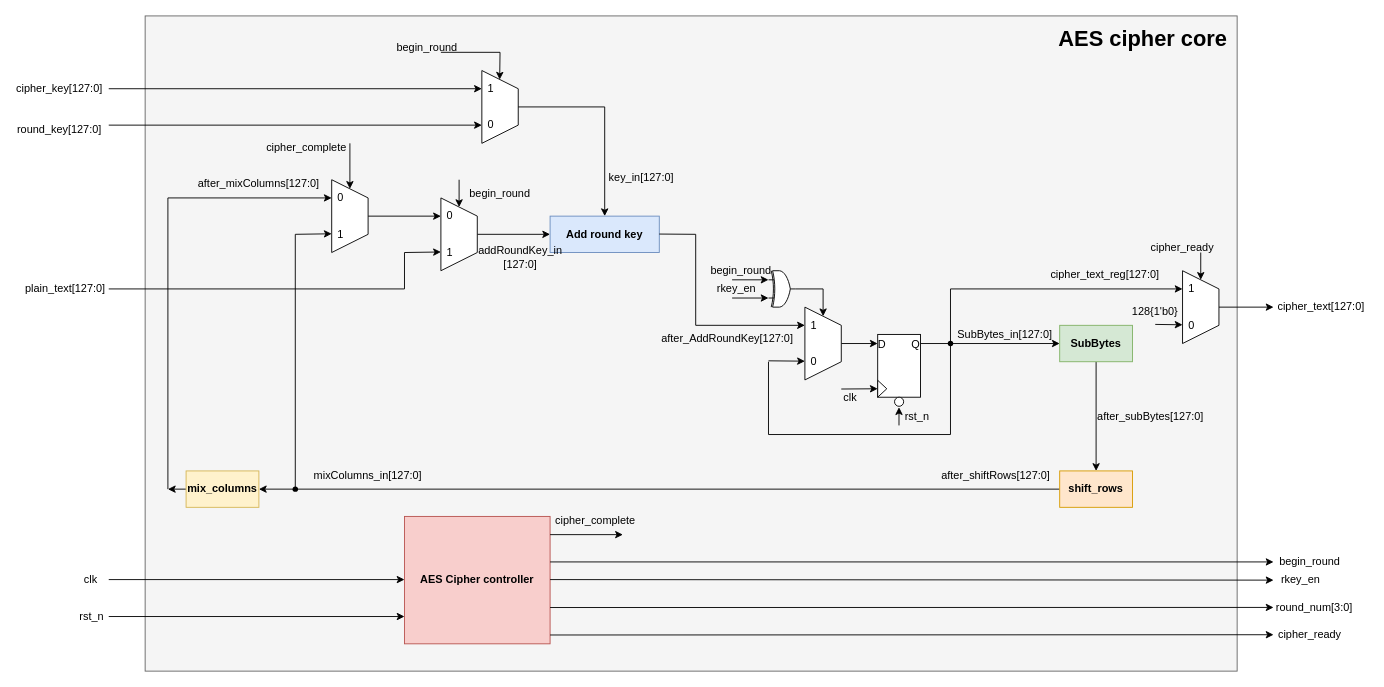
Earlier version of the draw.io diagram page "AES cipher core" (6 of 26) of AES128 Diagram.drawio (106210049/AES-128). Source tidied: cells renumbered, new cells numbered last; positions are measured from the earlier drawing's top-left corner, leaving out a move shared by most shapes. Both pictures are drawn from the tidied source at 91%, with x=0, y=0 at pixel (17, 15).
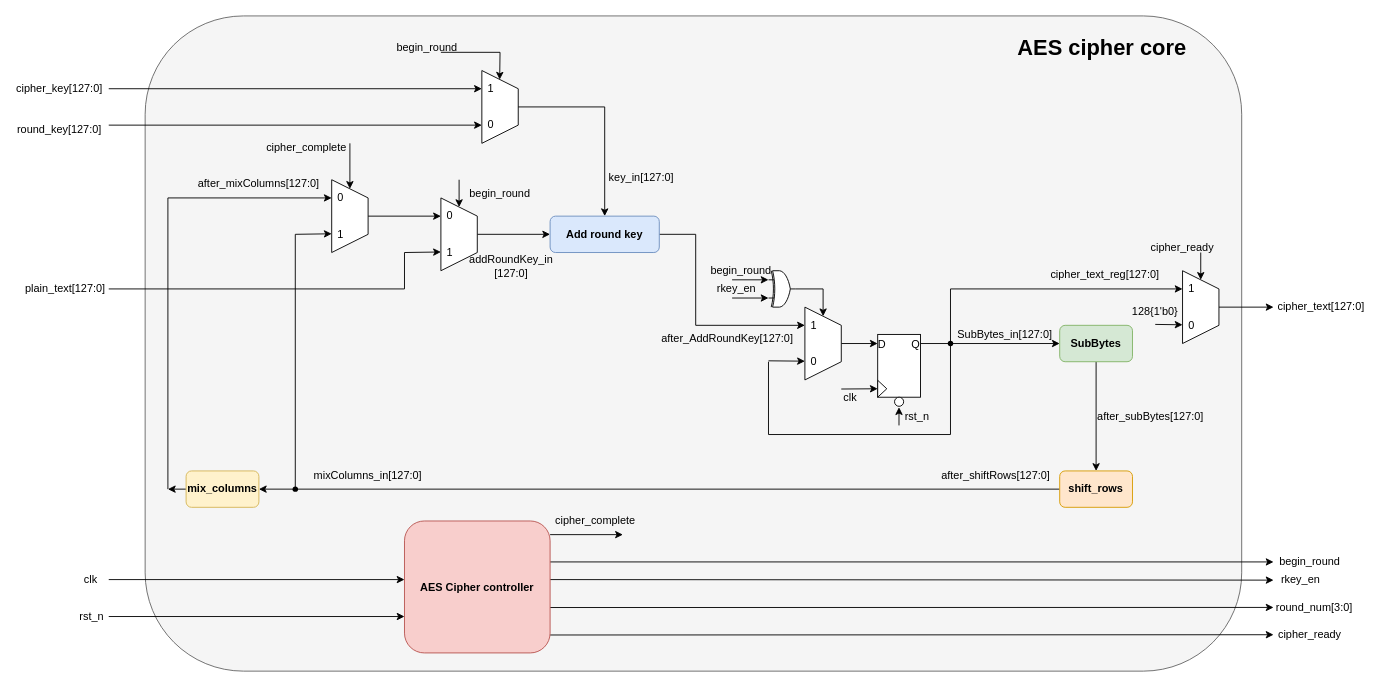
Above is the later version.

The change refers to these unchanged cells:
```xml
<mxCell id="16" style="group;" parent="1" vertex="1">
  <mxGeometry x="385" y="180" width="160" height="100" as="geometry" />
</mxCell>
```

The edit, as a diff of the source:
```diff
@@
-    <mxCell id="2" style="rounded=0;whiteSpace=wrap;html=1;fillColor=#f5f5f5;fontColor=#333333;strokeColor=#666666;" parent="1" vertex="1">
-      <mxGeometry x="140" width="1200" height="720" as="geometry" />
-    </mxCell>
-    <mxCell id="3" value="Add round key" style="rounded=0;whiteSpace=wrap;html=1;fillColor=#dae8fc;fontStyle=1;strokeColor=#6c8ebf;" parent="1" vertex="1">
-      <mxGeometry x="585" y="220" width="120" height="40" as="geometry" />
-    </mxCell>
+    <mxCell id="119" style="rounded=1;whiteSpace=wrap;html=1;fillColor=#f5f5f5;fontColor=#333333;strokeColor=#666666;" parent="1" vertex="1">
+      <mxGeometry x="140" width="1205" height="720" as="geometry" />
+    </mxCell>
@@
-    <mxCell id="5" style="endArrow=classic;html=1;rounded=0;entryX=0.5;entryY=0;entryDx=0;entryDy=0;" parent="1" edge="1" target="3">
+    <mxCell id="5" style="endArrow=classic;html=1;rounded=0;entryX=0.5;entryY=0;entryDx=0;entryDy=0;" parent="1" edge="1">
       <mxGeometry relative="1" as="geometry">
         <mxPoint x="645" y="100" as="sourcePoint" />
+        <mxPoint x="645" y="220" as="targetPoint" />
       </mxGeometry>
     </mxCell>
@@
-    <mxCell id="17" style="endArrow=classic;html=1;rounded=0;entryX=0;entryY=0.5;entryDx=0;entryDy=0;" parent="16" edge="1" target="3">
+    <mxCell id="17" style="endArrow=classic;html=1;rounded=0;entryX=0;entryY=0.5;entryDx=0;entryDy=0;" parent="16" edge="1">
       <mxGeometry relative="1" as="geometry">
         <mxPoint x="120" y="60" as="sourcePoint" />
+        <mxPoint x="200" y="60" as="targetPoint" />
       </mxGeometry>
     </mxCell>
@@
-    <mxCell id="25" style="endArrow=none;html=1;rounded=0;" parent="1" edge="1">
+    <mxCell id="25" style="endArrow=none;html=1;rounded=0;exitX=1;exitY=0.5;exitDx=0;exitDy=0;" parent="1" edge="1" source="3">
       <mxGeometry relative="1" as="geometry">
-        <mxPoint x="705" y="239.7" as="sourcePoint" />
         <mxPoint x="745" y="240" as="targetPoint" />
       </mxGeometry>
     </mxCell>
@@
-    <mxCell id="41" style="endArrow=classic;html=1;rounded=0;entryX=0;entryY=0.5;entryDx=0;entryDy=0;" parent="1" edge="1" target="57">
+    <mxCell id="41" style="endArrow=classic;html=1;rounded=0;entryX=0;entryY=0.5;entryDx=0;entryDy=0;" parent="1" edge="1">
       <mxGeometry relative="1" as="geometry">
         <mxPoint x="992" y="360" as="sourcePoint" />
+        <mxPoint x="1145" y="360" as="targetPoint" />
       </mxGeometry>
     </mxCell>
@@
-    <mxCell id="56" style="edgeStyle=orthogonalEdgeStyle;rounded=0;jettySize=auto;html=1;exitX=0.5;exitY=1;exitDx=0;exitDy=0;entryX=0.5;entryY=0;entryDx=0;entryDy=0;" parent="1" edge="1" source="57" target="59">
-      <mxGeometry relative="1" as="geometry" />
+    <mxCell id="56" style="edgeStyle=orthogonalEdgeStyle;rounded=0;orthogonalLoop=1;jettySize=auto;html=1;exitX=0.5;exitY=1;exitDx=0;exitDy=0;entryX=0.5;entryY=0;entryDx=0;entryDy=0;" parent="1" edge="1">
+      <mxGeometry relative="1" as="geometry">
+        <mxPoint x="1185" y="380" as="sourcePoint" />
+        <mxPoint x="1185" y="500" as="targetPoint" />
+      </mxGeometry>
     </mxCell>
-    <mxCell id="57" value="SubBytes" style="rounded=0;whiteSpace=wrap;html=1;fillColor=#d5e8d4;fontStyle=1;strokeColor=#82b366;" parent="1" vertex="1">
-      <mxGeometry x="1145" y="340" width="80" height="40" as="geometry" />
-    </mxCell>
-    <mxCell id="58" style="edgeStyle=orthogonalEdgeStyle;rounded=0;jettySize=auto;html=1;" parent="1" edge="1" source="59" target="63">
-      <mxGeometry relative="1" as="geometry" />
+    <mxCell id="58" style="edgeStyle=orthogonalEdgeStyle;rounded=0;orthogonalLoop=1;jettySize=auto;html=1;" parent="1" edge="1">
+      <mxGeometry relative="1" as="geometry">
+        <mxPoint x="1145" y="520" as="sourcePoint" />
+        <mxPoint x="265" y="520" as="targetPoint" />
+      </mxGeometry>
     </mxCell>
-    <mxCell id="59" value="shift_rows" style="rounded=0;whiteSpace=wrap;html=1;fillColor=#ffe6cc;fontStyle=1;strokeColor=#d79b00;" parent="1" vertex="1">
-      <mxGeometry x="1145" y="500" width="80" height="40" as="geometry" />
-    </mxCell>
@@
-    <mxCell id="62" style="edgeStyle=orthogonalEdgeStyle;rounded=0;jettySize=auto;html=1;" parent="1" edge="1" source="63">
+    <mxCell id="62" style="edgeStyle=orthogonalEdgeStyle;rounded=0;orthogonalLoop=1;jettySize=auto;html=1;" parent="1" edge="1">
       <mxGeometry relative="1" as="geometry">
+        <mxPoint x="185" y="520" as="sourcePoint" />
         <mxPoint x="165" y="520" as="targetPoint" />
       </mxGeometry>
     </mxCell>
-    <mxCell id="63" value="mix_columns" style="rounded=0;whiteSpace=wrap;html=1;fillColor=#fff2cc;strokeColor=#d6b656;fontStyle=1;" parent="1" vertex="1">
-      <mxGeometry x="185" y="500" width="80" height="40" as="geometry" />
-    </mxCell>
@@
-    <mxCell id="87" value="AES Cipher controller" style="rounded=0;whiteSpace=wrap;html=1;fillColor=#f8cecc;fontStyle=1;strokeColor=#b85450;" parent="1" vertex="1">
-      <mxGeometry x="425" y="550" width="160" height="140" as="geometry" />
-    </mxCell>
@@
     <mxCell id="100" value="&lt;font style=&quot;font-size: 24px;&quot;&gt;AES cipher core&amp;nbsp;&lt;/font&gt;" style="text;strokeColor=none;align=center;fillColor=none;html=1;verticalAlign=middle;whiteSpace=wrap;rounded=0;fontStyle=1;" parent="1" vertex="1">
-      <mxGeometry x="1135" y="10" width="210" height="30" as="geometry" />
+      <mxGeometry x="1090" y="20" width="210" height="30" as="geometry" />
     </mxCell>
@@
     <mxCell id="113" value="addRoundKey_in&lt;div&gt;[127:0]&lt;/div&gt;" style="text;strokeColor=none;align=center;fillColor=none;html=1;verticalAlign=middle;whiteSpace=wrap;rounded=0;" parent="1" vertex="1">
-      <mxGeometry x="520" y="250" width="65" height="30" as="geometry" />
+      <mxGeometry x="510" y="260" width="65" height="30" as="geometry" />
     </mxCell>
@@
+    <mxCell id="3" value="&lt;span style=&quot;font-weight: 700;&quot;&gt;Add round key&lt;/span&gt;" style="rounded=1;whiteSpace=wrap;html=1;fillColor=#dae8fc;strokeColor=#6c8ebf;" parent="1" vertex="1">
+      <mxGeometry x="585" y="220" width="120" height="40" as="geometry" />
+    </mxCell>
+    <mxCell id="57" value="&lt;span style=&quot;font-weight: 700;&quot;&gt;SubBytes&lt;/span&gt;" style="rounded=1;whiteSpace=wrap;html=1;fillColor=#d5e8d4;strokeColor=#82b366;" parent="1" vertex="1">
+      <mxGeometry x="1145" y="340" width="80" height="40" as="geometry" />
+    </mxCell>
+    <mxCell id="59" value="&lt;span style=&quot;font-weight: 700;&quot;&gt;shift_rows&lt;/span&gt;" style="rounded=1;whiteSpace=wrap;html=1;fillColor=#ffe6cc;strokeColor=#d79b00;" parent="1" vertex="1">
+      <mxGeometry x="1145" y="500" width="80" height="40" as="geometry" />
+    </mxCell>
+    <mxCell id="63" value="&lt;span style=&quot;font-weight: 700;&quot;&gt;mix_columns&lt;/span&gt;" style="rounded=1;whiteSpace=wrap;html=1;fillColor=#fff2cc;strokeColor=#d6b656;" parent="1" vertex="1">
+      <mxGeometry x="185" y="500" width="80" height="40" as="geometry" />
+    </mxCell>
+    <mxCell id="87" value="&lt;span style=&quot;font-weight: 700;&quot;&gt;AES Cipher controller&lt;/span&gt;" style="rounded=1;whiteSpace=wrap;html=1;fillColor=#f8cecc;strokeColor=#b85450;" parent="1" vertex="1">
+      <mxGeometry x="425" y="555" width="160" height="145" as="geometry" />
+    </mxCell>
```
